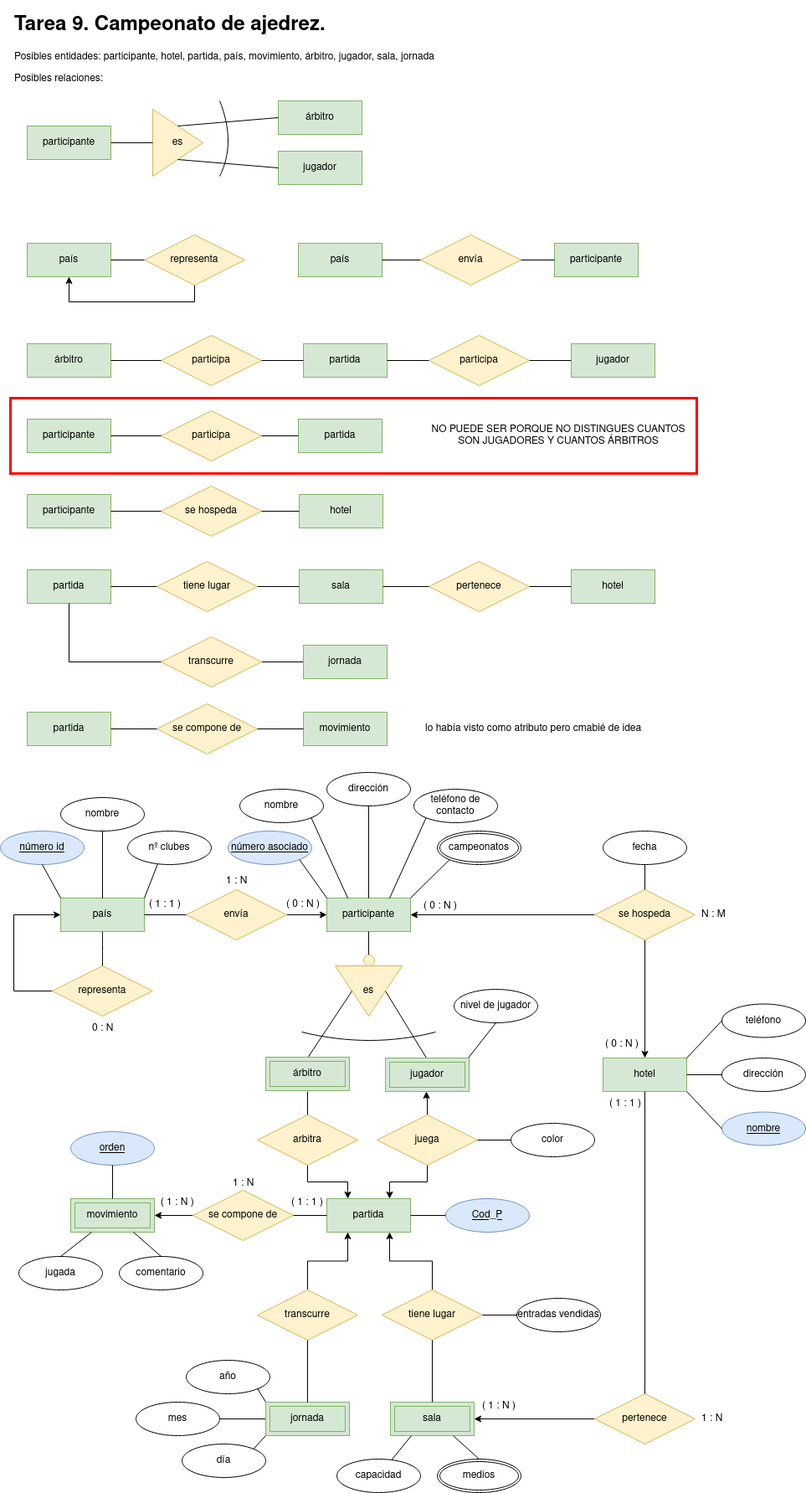
The draw.io diagram tarea9.png in javigh193/bae, before a commit. Source tidied: cells renumbered, new cells last; positions are measured from the earlier drawing's top-left corner, leaving out a move shared by most shapes.
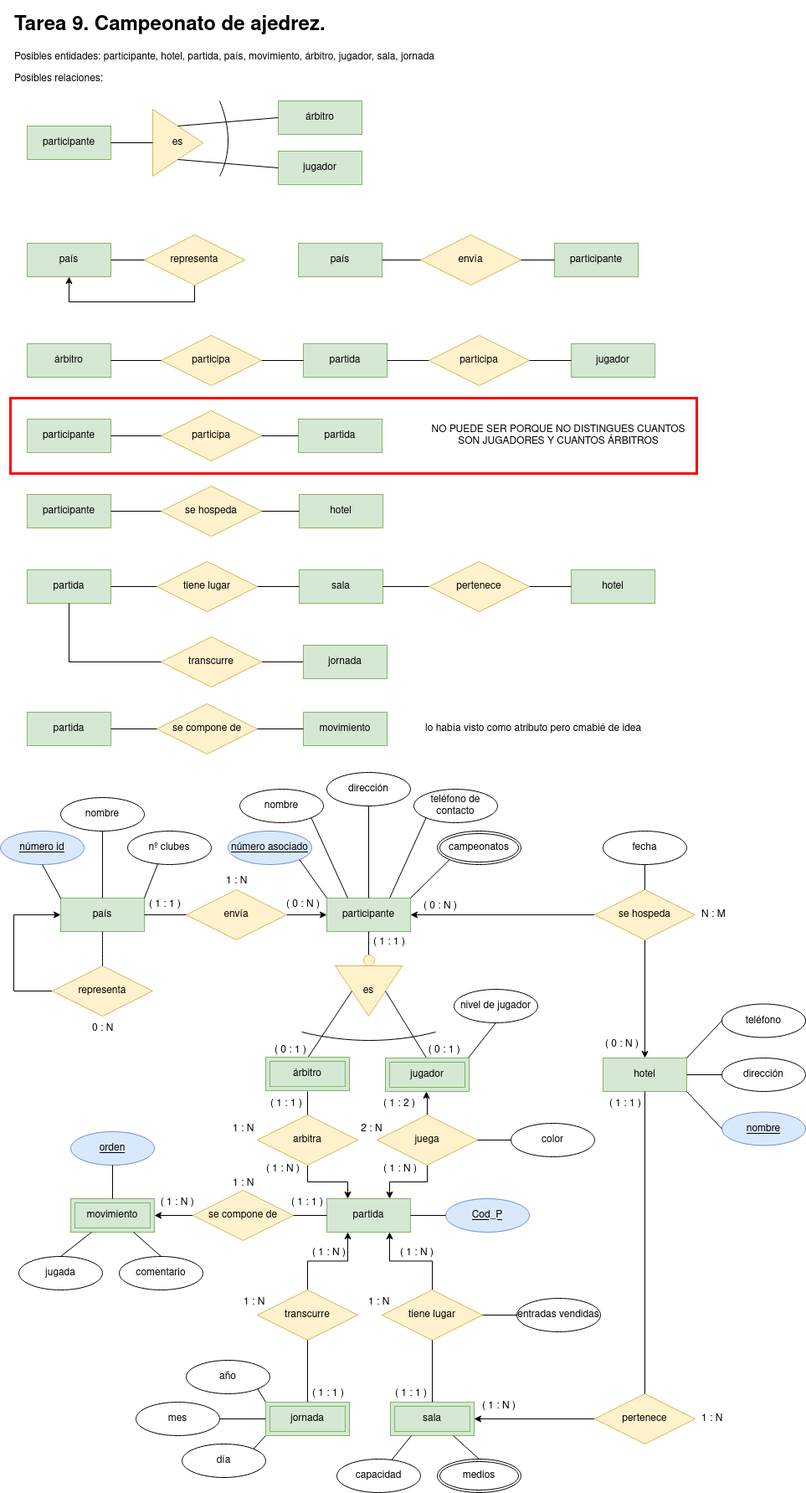
Above is the later version.

What changed in the source:
```diff
@@ -522,5 +522,50 @@
     <mxCell id="162" style="ellipse;whiteSpace=wrap;html=1;fillColor=#fff2cc;strokeColor=#d6b656;" parent="1" vertex="1">
       <mxGeometry x="434" y="1130" width="13" height="13" as="geometry" />
     </mxCell>
+    <mxCell id="163" value="( 0 : 1 ) " style="text;strokeColor=none;fillColor=none;spacingLeft=4;spacingRight=4;overflow=hidden;fontSize=12;" parent="1" vertex="1">
+      <mxGeometry x="322" y="1228.5" width="48.5" height="30" as="geometry" />
+    </mxCell>
+    <mxCell id="164" value="( 0 : 1 ) " style="text;strokeColor=none;fillColor=none;spacingLeft=4;spacingRight=4;overflow=hidden;fontSize=12;" parent="1" vertex="1">
+      <mxGeometry x="505.8" y="1228.5" width="48.5" height="30" as="geometry" />
+    </mxCell>
+    <mxCell id="165" value="( 1 : 1 )" style="text;strokeColor=none;fillColor=none;spacingLeft=4;spacingRight=4;overflow=hidden;fontSize=12;" parent="1" vertex="1">
+      <mxGeometry x="440" y="1100" width="60" height="30" as="geometry" />
+    </mxCell>
+    <mxCell id="166" value="( 1 : 1 )" style="text;strokeColor=none;fillColor=none;spacingLeft=4;spacingRight=4;overflow=hidden;fontSize=12;" parent="1" vertex="1">
+      <mxGeometry x="367" y="1639" width="60" height="30" as="geometry" />
+    </mxCell>
+    <mxCell id="167" value="( 1 : 1 )" style="text;strokeColor=none;fillColor=none;spacingLeft=4;spacingRight=4;overflow=hidden;fontSize=12;" parent="1" vertex="1">
+      <mxGeometry x="466" y="1639" width="60" height="30" as="geometry" />
+    </mxCell>
+    <mxCell id="168" value="( 1 : 1 )" style="text;strokeColor=none;fillColor=none;spacingLeft=4;spacingRight=4;overflow=hidden;fontSize=12;" parent="1" vertex="1">
+      <mxGeometry x="317" y="1293" width="60" height="30" as="geometry" />
+    </mxCell>
+    <mxCell id="169" value="( 1 : N )" style="text;strokeColor=none;fillColor=none;spacingLeft=4;spacingRight=4;overflow=hidden;fontSize=12;" parent="1" vertex="1">
+      <mxGeometry x="452" y="1371" width="60" height="30" as="geometry" />
+    </mxCell>
+    <mxCell id="170" value="( 1 : 2 )" style="text;strokeColor=none;fillColor=none;spacingLeft=4;spacingRight=4;overflow=hidden;fontSize=12;" parent="1" vertex="1">
+      <mxGeometry x="452" y="1293" width="60" height="30" as="geometry" />
+    </mxCell>
+    <mxCell id="171" value=" 2 : N " style="text;strokeColor=none;fillColor=none;spacingLeft=4;spacingRight=4;overflow=hidden;fontSize=12;" parent="1" vertex="1">
+      <mxGeometry x="422" y="1323" width="60" height="30" as="geometry" />
+    </mxCell>
+    <mxCell id="172" value="( 1 : N )" style="text;strokeColor=none;fillColor=none;spacingLeft=4;spacingRight=4;overflow=hidden;fontSize=12;" parent="1" vertex="1">
+      <mxGeometry x="312" y="1371" width="60" height="30" as="geometry" />
+    </mxCell>
+    <mxCell id="173" value="1 : N" style="text;strokeColor=none;fillColor=none;spacingLeft=4;spacingRight=4;overflow=hidden;fontSize=12;" parent="1" vertex="1">
+      <mxGeometry x="272" y="1323" width="60" height="30" as="geometry" />
+    </mxCell>
+    <mxCell id="174" value="( 1 : N )" style="text;strokeColor=none;fillColor=none;spacingLeft=4;spacingRight=4;overflow=hidden;fontSize=12;" parent="1" vertex="1">
+      <mxGeometry x="367" y="1471" width="60" height="30" as="geometry" />
+    </mxCell>
+    <mxCell id="175" value="( 1 : N )" style="text;strokeColor=none;fillColor=none;spacingLeft=4;spacingRight=4;overflow=hidden;fontSize=12;" parent="1" vertex="1">
+      <mxGeometry x="472" y="1471" width="60" height="30" as="geometry" />
+    </mxCell>
+    <mxCell id="176" value="1 : N" style="text;strokeColor=none;fillColor=none;spacingLeft=4;spacingRight=4;overflow=hidden;fontSize=12;" parent="1" vertex="1">
+      <mxGeometry x="285" y="1530" width="60" height="30" as="geometry" />
+    </mxCell>
+    <mxCell id="177" value="1 : N" style="text;strokeColor=none;fillColor=none;spacingLeft=4;spacingRight=4;overflow=hidden;fontSize=12;" parent="1" vertex="1">
+      <mxGeometry x="434" y="1530" width="60" height="30" as="geometry" />
+    </mxCell>
   </root>
 </mxGraphModel>
```
